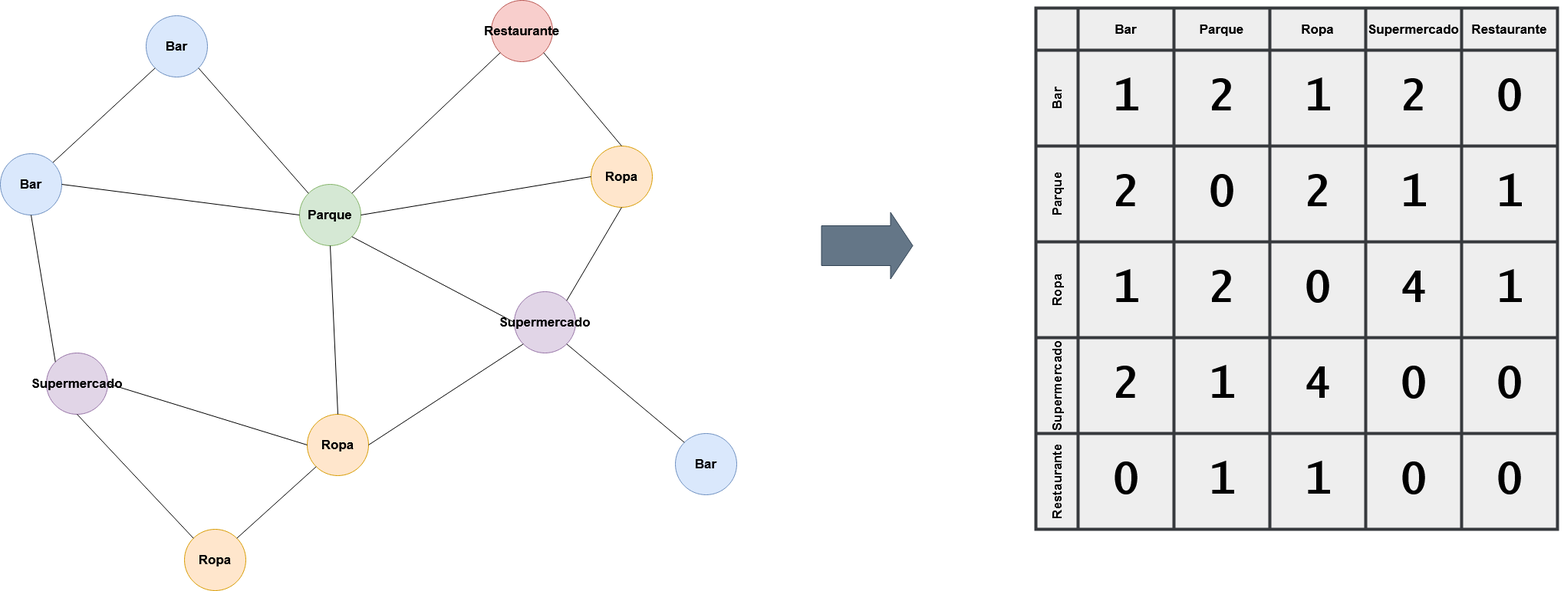
mariohu2001/TFG-Urban-Street-Mapping-Transfer keeps this draw.io diagram as memoria/img/InteractionMatrix.png. Above is the earlier version. Source tidied: cells renumbered, new cells last; positions are measured from the earlier drawing's top-left corner, leaving out a move shared by most shapes.
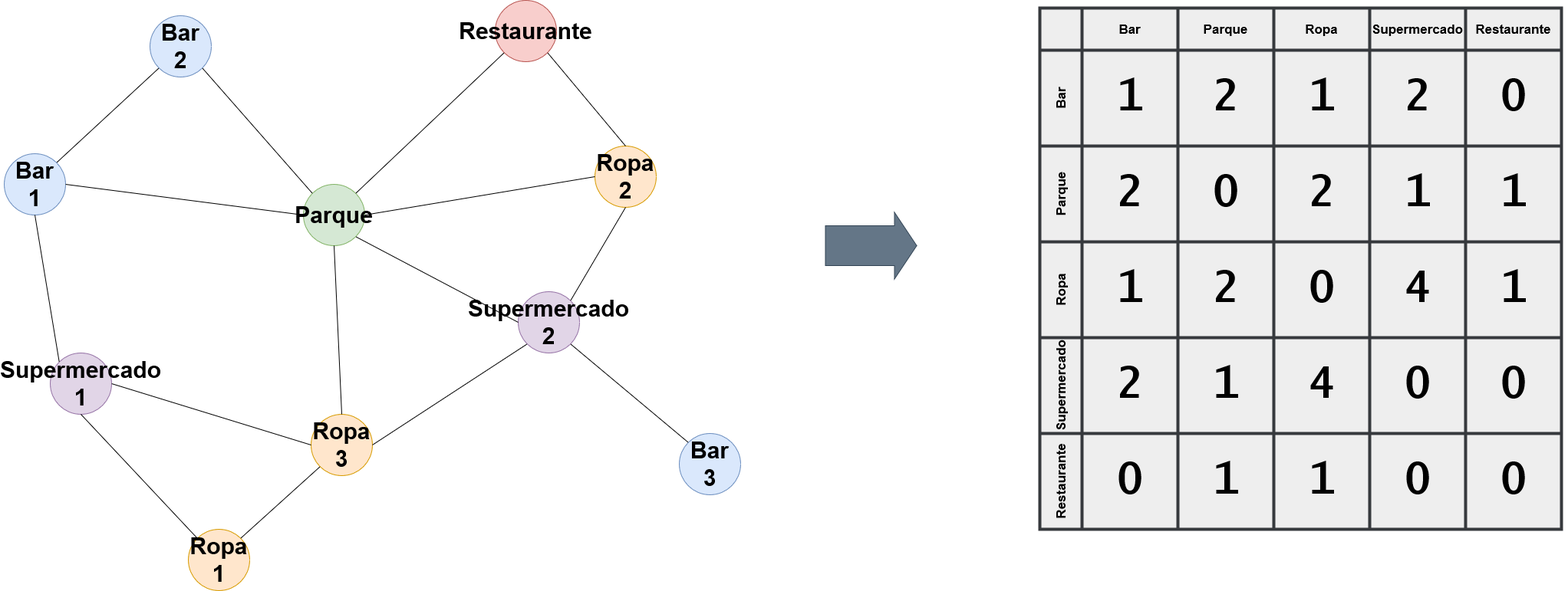
After the change.

Change to the diagram source:
```diff
@@ -8,79 +8,79 @@
         <mxPoint x="1190" y="320" as="targetPoint" />
       </mxGeometry>
     </mxCell>
-    <mxCell id="3" value="&lt;div&gt;Bar&lt;/div&gt;" style="ellipse;whiteSpace=wrap;html=1;fillColor=#dae8fc;strokeColor=#6c8ebf;fontStyle=1;fontSize=17;" parent="1" vertex="1">
+    <mxCell id="3" value="&lt;div style=&quot;font-size: 30px;&quot;&gt;Bar&lt;/div&gt;&lt;div style=&quot;font-size: 30px;&quot;&gt;2&lt;br style=&quot;font-size: 30px;&quot;&gt;&lt;/div&gt;" style="ellipse;whiteSpace=wrap;html=1;fillColor=#dae8fc;strokeColor=#6c8ebf;fontStyle=1;fontSize=30;" parent="1" vertex="1">
       <mxGeometry x="190" y="20" width="80" height="80" as="geometry" />
     </mxCell>
-    <mxCell id="4" style="rounded=0;jettySize=auto;html=1;exitX=1;exitY=0;exitDx=0;exitDy=0;entryX=0;entryY=1;entryDx=0;entryDy=0;endArrow=none;endFill=0;fontSize=17;fontStyle=1;" parent="1" edge="1" source="5" target="3">
+    <mxCell id="4" style="rounded=0;jettySize=auto;html=1;exitX=1;exitY=0;exitDx=0;exitDy=0;entryX=0;entryY=1;entryDx=0;entryDy=0;endArrow=none;endFill=0;fontSize=30;fontStyle=1;" parent="1" edge="1" source="5" target="3">
       <mxGeometry relative="1" as="geometry" />
     </mxCell>
-    <mxCell id="5" value="&lt;div&gt;Bar&lt;/div&gt;" style="ellipse;whiteSpace=wrap;html=1;fillColor=#dae8fc;strokeColor=#6c8ebf;fontStyle=1;fontSize=17;" parent="1" vertex="1">
+    <mxCell id="5" value="&lt;div style=&quot;font-size: 30px;&quot;&gt;Bar&lt;/div&gt;&lt;div style=&quot;font-size: 30px;&quot;&gt;1&lt;br style=&quot;font-size: 30px;&quot;&gt;&lt;/div&gt;" style="ellipse;whiteSpace=wrap;html=1;fillColor=#dae8fc;strokeColor=#6c8ebf;fontStyle=1;fontSize=30;" parent="1" vertex="1">
       <mxGeometry y="200" width="80" height="80" as="geometry" />
     </mxCell>
-    <mxCell id="6" value="&lt;div&gt;Supermercado&lt;/div&gt;" style="ellipse;whiteSpace=wrap;html=1;fillColor=#e1d5e7;strokeColor=#9673a6;fontStyle=1;fontSize=17;" parent="1" vertex="1">
+    <mxCell id="6" value="&lt;div style=&quot;font-size: 30px;&quot;&gt;Supermercado&lt;/div&gt;&lt;div style=&quot;font-size: 30px;&quot;&gt;1&lt;br style=&quot;font-size: 30px;&quot;&gt;&lt;/div&gt;" style="ellipse;whiteSpace=wrap;html=1;fillColor=#e1d5e7;strokeColor=#9673a6;fontStyle=1;fontSize=30;" parent="1" vertex="1">
       <mxGeometry x="60" y="460" width="80" height="80" as="geometry" />
     </mxCell>
-    <mxCell id="7" value="&lt;div&gt;Ropa&lt;/div&gt;" style="ellipse;whiteSpace=wrap;html=1;fillColor=#ffe6cc;strokeColor=#d79b00;fontStyle=1;fontSize=17;" parent="1" vertex="1">
+    <mxCell id="7" value="&lt;div style=&quot;font-size: 30px;&quot;&gt;Ropa&lt;/div&gt;&lt;div style=&quot;font-size: 30px;&quot;&gt;3&lt;br style=&quot;font-size: 30px;&quot;&gt;&lt;/div&gt;" style="ellipse;whiteSpace=wrap;html=1;fillColor=#ffe6cc;strokeColor=#d79b00;fontStyle=1;fontSize=30;" parent="1" vertex="1">
       <mxGeometry x="400" y="540" width="80" height="80" as="geometry" />
     </mxCell>
-    <mxCell id="8" value="&lt;div&gt;Ropa&lt;/div&gt;" style="ellipse;whiteSpace=wrap;html=1;fillColor=#ffe6cc;strokeColor=#d79b00;fontStyle=1;fontSize=17;" parent="1" vertex="1">
+    <mxCell id="8" value="&lt;div style=&quot;font-size: 30px;&quot;&gt;Ropa&lt;/div&gt;&lt;div style=&quot;font-size: 30px;&quot;&gt;1&lt;br style=&quot;font-size: 30px;&quot;&gt;&lt;/div&gt;" style="ellipse;whiteSpace=wrap;html=1;fillColor=#ffe6cc;strokeColor=#d79b00;fontStyle=1;fontSize=30;" parent="1" vertex="1">
       <mxGeometry x="240" y="690" width="80" height="80" as="geometry" />
     </mxCell>
-    <mxCell id="9" value="&lt;div&gt;Supermercado&lt;/div&gt;" style="ellipse;whiteSpace=wrap;html=1;fillColor=#e1d5e7;strokeColor=#9673a6;fontStyle=1;fontSize=17;" parent="1" vertex="1">
+    <mxCell id="9" value="&lt;div style=&quot;font-size: 30px;&quot;&gt;Supermercado&lt;/div&gt;&lt;div style=&quot;font-size: 30px;&quot;&gt;2&lt;br style=&quot;font-size: 30px;&quot;&gt;&lt;/div&gt;" style="ellipse;whiteSpace=wrap;html=1;fillColor=#e1d5e7;strokeColor=#9673a6;fontStyle=1;fontSize=30;" parent="1" vertex="1">
       <mxGeometry x="670" y="380" width="80" height="80" as="geometry" />
     </mxCell>
-    <mxCell id="10" value="&lt;div&gt;Bar&lt;/div&gt;" style="ellipse;whiteSpace=wrap;html=1;fillColor=#dae8fc;strokeColor=#6c8ebf;fontStyle=1;fontSize=17;" parent="1" vertex="1">
+    <mxCell id="10" value="&lt;div style=&quot;font-size: 30px;&quot;&gt;Bar&lt;/div&gt;&lt;div style=&quot;font-size: 30px;&quot;&gt;3&lt;br style=&quot;font-size: 30px;&quot;&gt;&lt;/div&gt;" style="ellipse;whiteSpace=wrap;html=1;fillColor=#dae8fc;strokeColor=#6c8ebf;fontStyle=1;fontSize=30;" parent="1" vertex="1">
       <mxGeometry x="880" y="565" width="80" height="80" as="geometry" />
     </mxCell>
-    <mxCell id="11" value="Parque" style="ellipse;whiteSpace=wrap;html=1;fillColor=#d5e8d4;strokeColor=#82b366;fontStyle=1;fontSize=17;" parent="1" vertex="1">
+    <mxCell id="11" value="Parque" style="ellipse;whiteSpace=wrap;html=1;fillColor=#d5e8d4;strokeColor=#82b366;fontStyle=1;fontSize=30;" parent="1" vertex="1">
       <mxGeometry x="390" y="240" width="80" height="80" as="geometry" />
     </mxCell>
-    <mxCell id="12" value="Restaurante" style="ellipse;whiteSpace=wrap;html=1;fillColor=#f8cecc;strokeColor=#b85450;fontStyle=1;fontSize=17;" parent="1" vertex="1">
+    <mxCell id="12" value="Restaurante" style="ellipse;whiteSpace=wrap;html=1;fillColor=#f8cecc;strokeColor=#b85450;fontStyle=1;fontSize=30;" parent="1" vertex="1">
       <mxGeometry x="640" width="80" height="80" as="geometry" />
     </mxCell>
-    <mxCell id="13" value="Ropa" style="ellipse;whiteSpace=wrap;html=1;fillColor=#ffe6cc;strokeColor=#d79b00;fontStyle=1;fontSize=17;" parent="1" vertex="1">
+    <mxCell id="13" value="&lt;div style=&quot;font-size: 30px;&quot;&gt;Ropa&lt;/div&gt;&lt;div style=&quot;font-size: 30px;&quot;&gt;2&lt;br style=&quot;font-size: 30px;&quot;&gt;&lt;/div&gt;" style="ellipse;whiteSpace=wrap;html=1;fillColor=#ffe6cc;strokeColor=#d79b00;fontStyle=1;fontSize=30;" parent="1" vertex="1">
       <mxGeometry x="770" y="190" width="80" height="80" as="geometry" />
     </mxCell>
-    <mxCell id="14" style="rounded=0;jettySize=auto;html=1;exitX=0;exitY=0;exitDx=0;exitDy=0;entryX=1;entryY=1;entryDx=0;entryDy=0;endArrow=none;endFill=0;fontSize=17;fontStyle=1;" parent="1" edge="1" source="11" target="3">
+    <mxCell id="14" style="rounded=0;jettySize=auto;html=1;exitX=0;exitY=0;exitDx=0;exitDy=0;entryX=1;entryY=1;entryDx=0;entryDy=0;endArrow=none;endFill=0;fontSize=30;fontStyle=1;" parent="1" edge="1" source="11" target="3">
       <mxGeometry relative="1" as="geometry" />
     </mxCell>
-    <mxCell id="15" style="rounded=0;jettySize=auto;html=1;exitX=1;exitY=0.5;exitDx=0;exitDy=0;entryX=0;entryY=0.5;entryDx=0;entryDy=0;endArrow=none;endFill=0;fontSize=17;fontStyle=1;" parent="1" edge="1" source="11" target="13">
+    <mxCell id="15" style="rounded=0;jettySize=auto;html=1;exitX=1;exitY=0.5;exitDx=0;exitDy=0;entryX=0;entryY=0.5;entryDx=0;entryDy=0;endArrow=none;endFill=0;fontSize=30;fontStyle=1;" parent="1" edge="1" source="11" target="13">
       <mxGeometry relative="1" as="geometry" />
     </mxCell>
-    <mxCell id="16" style="rounded=0;jettySize=auto;html=1;exitX=0.5;exitY=0;exitDx=0;exitDy=0;entryX=1;entryY=1;entryDx=0;entryDy=0;endArrow=none;endFill=0;fontSize=17;fontStyle=1;" parent="1" edge="1" source="13" target="12">
+    <mxCell id="16" style="rounded=0;jettySize=auto;html=1;exitX=0.5;exitY=0;exitDx=0;exitDy=0;entryX=1;entryY=1;entryDx=0;entryDy=0;endArrow=none;endFill=0;fontSize=30;fontStyle=1;" parent="1" edge="1" source="13" target="12">
       <mxGeometry relative="1" as="geometry" />
     </mxCell>
-    <mxCell id="17" style="rounded=0;jettySize=auto;html=1;exitX=1;exitY=0;exitDx=0;exitDy=0;entryX=0.5;entryY=1;entryDx=0;entryDy=0;endArrow=none;endFill=0;fontSize=17;fontStyle=1;" parent="1" edge="1" source="9" target="13">
+    <mxCell id="17" style="rounded=0;jettySize=auto;html=1;exitX=1;exitY=0;exitDx=0;exitDy=0;entryX=0.5;entryY=1;entryDx=0;entryDy=0;endArrow=none;endFill=0;fontSize=30;fontStyle=1;" parent="1" edge="1" source="9" target="13">
       <mxGeometry relative="1" as="geometry" />
     </mxCell>
-    <mxCell id="18" style="rounded=0;jettySize=auto;html=1;exitX=1;exitY=1;exitDx=0;exitDy=0;entryX=0;entryY=0.5;entryDx=0;entryDy=0;endArrow=none;endFill=0;fontSize=17;fontStyle=1;" parent="1" edge="1" source="11" target="9">
+    <mxCell id="18" style="rounded=0;jettySize=auto;html=1;exitX=1;exitY=1;exitDx=0;exitDy=0;entryX=0;entryY=0.5;entryDx=0;entryDy=0;endArrow=none;endFill=0;fontSize=30;fontStyle=1;" parent="1" edge="1" source="11" target="9">
       <mxGeometry relative="1" as="geometry" />
     </mxCell>
-    <mxCell id="19" style="rounded=0;jettySize=auto;html=1;exitX=1;exitY=1;exitDx=0;exitDy=0;entryX=0;entryY=0;entryDx=0;entryDy=0;endArrow=none;endFill=0;fontSize=17;fontStyle=1;" parent="1" edge="1" source="9" target="10">
+    <mxCell id="19" style="rounded=0;jettySize=auto;html=1;exitX=1;exitY=1;exitDx=0;exitDy=0;entryX=0;entryY=0;entryDx=0;entryDy=0;endArrow=none;endFill=0;fontSize=30;fontStyle=1;" parent="1" edge="1" source="9" target="10">
       <mxGeometry relative="1" as="geometry" />
     </mxCell>
-    <mxCell id="20" style="rounded=0;jettySize=auto;html=1;exitX=1;exitY=0.5;exitDx=0;exitDy=0;entryX=0;entryY=1;entryDx=0;entryDy=0;endArrow=none;endFill=0;fontSize=17;fontStyle=1;" parent="1" edge="1" source="7" target="9">
+    <mxCell id="20" style="rounded=0;jettySize=auto;html=1;exitX=1;exitY=0.5;exitDx=0;exitDy=0;entryX=0;entryY=1;entryDx=0;entryDy=0;endArrow=none;endFill=0;fontSize=30;fontStyle=1;" parent="1" edge="1" source="7" target="9">
       <mxGeometry relative="1" as="geometry" />
     </mxCell>
-    <mxCell id="21" style="rounded=0;jettySize=auto;html=1;entryX=0.5;entryY=0;entryDx=0;entryDy=0;endArrow=none;endFill=0;exitX=0.5;exitY=1;exitDx=0;exitDy=0;fontSize=17;fontStyle=1;" parent="1" edge="1" source="11" target="7">
+    <mxCell id="21" style="rounded=0;jettySize=auto;html=1;entryX=0.5;entryY=0;entryDx=0;entryDy=0;endArrow=none;endFill=0;exitX=0.5;exitY=1;exitDx=0;exitDy=0;fontSize=30;fontStyle=1;" parent="1" edge="1" source="11" target="7">
       <mxGeometry relative="1" as="geometry" />
     </mxCell>
-    <mxCell id="22" style="rounded=0;jettySize=auto;html=1;exitX=1;exitY=0;exitDx=0;exitDy=0;entryX=0;entryY=1;entryDx=0;entryDy=0;endArrow=none;endFill=0;fontSize=17;fontStyle=1;" parent="1" edge="1" source="8" target="7">
+    <mxCell id="22" style="rounded=0;jettySize=auto;html=1;exitX=1;exitY=0;exitDx=0;exitDy=0;entryX=0;entryY=1;entryDx=0;entryDy=0;endArrow=none;endFill=0;fontSize=30;fontStyle=1;" parent="1" edge="1" source="8" target="7">
       <mxGeometry relative="1" as="geometry" />
     </mxCell>
-    <mxCell id="23" style="rounded=0;jettySize=auto;html=1;exitX=1;exitY=0.5;exitDx=0;exitDy=0;entryX=0;entryY=0.5;entryDx=0;entryDy=0;endArrow=none;endFill=0;fontSize=17;fontStyle=1;" parent="1" edge="1" source="6" target="7">
+    <mxCell id="23" style="rounded=0;jettySize=auto;html=1;exitX=1;exitY=0.5;exitDx=0;exitDy=0;entryX=0;entryY=0.5;entryDx=0;entryDy=0;endArrow=none;endFill=0;fontSize=30;fontStyle=1;" parent="1" edge="1" source="6" target="7">
       <mxGeometry relative="1" as="geometry" />
     </mxCell>
-    <mxCell id="24" style="rounded=0;jettySize=auto;html=1;exitX=1;exitY=0.5;exitDx=0;exitDy=0;entryX=0;entryY=0.5;entryDx=0;entryDy=0;endArrow=none;endFill=0;fontSize=17;fontStyle=1;" parent="1" edge="1" source="5" target="11">
+    <mxCell id="24" style="rounded=0;jettySize=auto;html=1;exitX=1;exitY=0.5;exitDx=0;exitDy=0;entryX=0;entryY=0.5;entryDx=0;entryDy=0;endArrow=none;endFill=0;fontSize=30;fontStyle=1;" parent="1" edge="1" source="5" target="11">
       <mxGeometry relative="1" as="geometry" />
     </mxCell>
-    <mxCell id="25" style="rounded=0;jettySize=auto;html=1;exitX=0.5;exitY=1;exitDx=0;exitDy=0;entryX=0;entryY=0;entryDx=0;entryDy=0;endArrow=none;endFill=0;fontSize=17;fontStyle=1;" parent="1" edge="1" source="5" target="6">
+    <mxCell id="25" style="rounded=0;jettySize=auto;html=1;exitX=0.5;exitY=1;exitDx=0;exitDy=0;entryX=0;entryY=0;entryDx=0;entryDy=0;endArrow=none;endFill=0;fontSize=30;fontStyle=1;" parent="1" edge="1" source="5" target="6">
       <mxGeometry relative="1" as="geometry" />
     </mxCell>
-    <mxCell id="26" style="rounded=0;jettySize=auto;html=1;exitX=0.5;exitY=1;exitDx=0;exitDy=0;entryX=0;entryY=0;entryDx=0;entryDy=0;endArrow=none;endFill=0;fontSize=17;fontStyle=1;" parent="1" edge="1" source="6" target="8">
+    <mxCell id="26" style="rounded=0;jettySize=auto;html=1;exitX=0.5;exitY=1;exitDx=0;exitDy=0;entryX=0;entryY=0;entryDx=0;entryDy=0;endArrow=none;endFill=0;fontSize=30;fontStyle=1;" parent="1" edge="1" source="6" target="8">
       <mxGeometry relative="1" as="geometry" />
     </mxCell>
-    <mxCell id="27" style="rounded=0;jettySize=auto;html=1;entryX=0;entryY=1;entryDx=0;entryDy=0;endArrow=none;endFill=0;exitX=1;exitY=0;exitDx=0;exitDy=0;fontSize=17;fontStyle=1;" parent="1" edge="1" source="11" target="12">
+    <mxCell id="27" style="rounded=0;jettySize=auto;html=1;entryX=0;entryY=1;entryDx=0;entryDy=0;endArrow=none;endFill=0;exitX=1;exitY=0;exitDx=0;exitDy=0;fontSize=30;fontStyle=1;" parent="1" edge="1" source="11" target="12">
       <mxGeometry relative="1" as="geometry" />
     </mxCell>
     <mxCell id="28" style="shape=table;startSize=0;fontSize=16;strokeWidth=4;perimeterSpacing=20;fillColor=#eeeeee;strokeColor=#36393d;fillStyle=auto;" parent="1" vertex="1">
@@ -92,7 +92,7 @@
     <mxCell id="30" style="shape=partialRectangle;html=1;whiteSpace=wrap;strokeColor=inherit;overflow=hidden;fillColor=none;top=0;left=0;bottom=0;right=0;fontSize=16;" parent="29" vertex="1">
       <mxGeometry width="55" height="55" as="geometry" />
     </mxCell>
-    <mxCell id="31" value="Bar" style="shape=partialRectangle;html=1;whiteSpace=wrap;strokeColor=inherit;overflow=hidden;fillColor=none;top=0;left=0;bottom=0;right=0;fontSize=17;fontStyle=1;rotation=0;" parent="29" vertex="1">
+    <mxCell id="31" value="Bar" style="shape=partialRectangle;html=1;whiteSpace=wrap;strokeColor=inherit;overflow=hidden;fillColor=none;top=0;left=0;bottom=0;right=0;fontSize=17;fontStyle=1;" parent="29" vertex="1">
       <mxGeometry x="55" width="125" height="55" as="geometry" />
     </mxCell>
     <mxCell id="32" value="Parque" style="shape=partialRectangle;html=1;whiteSpace=wrap;strokeColor=inherit;overflow=hidden;fillColor=none;top=0;left=0;bottom=0;right=0;fontSize=17;fontStyle=1;" parent="29" vertex="1">
```
